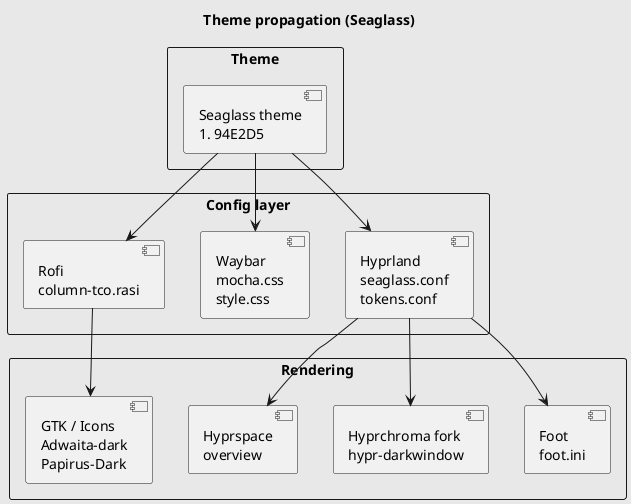
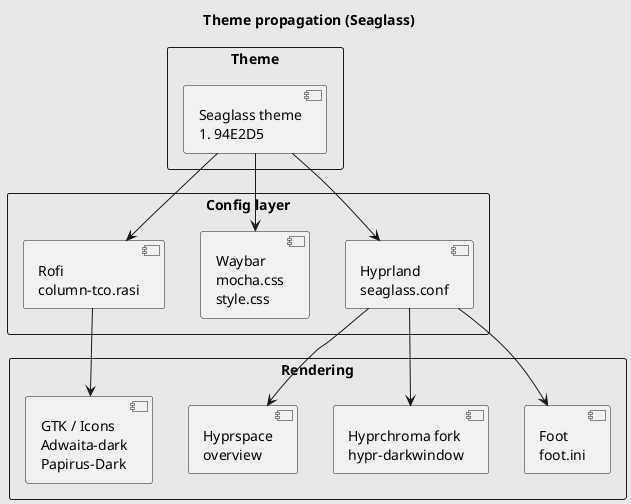
@startuml
title Theme propagation (Seaglass)

skinparam backgroundColor #E8E8E8

rectangle "Theme" {
  [Seaglass theme\n#94E2D5] as theme
}

rectangle "Config layer" {
-   [Hyprland\nseaglass.conf\ntokens.conf] as hypr
+   [Hyprland\nseaglass.conf] as hypr
  [Waybar\nmocha.css\nstyle.css] as waybar
  [Rofi\ncolumn-tco.rasi] as rofi
}

rectangle "Rendering" {
  [Foot\nfoot.ini] as foot
  [Hyprchroma fork\nhypr-darkwindow] as hyprchroma
  [Hyprspace\noverview] as hyprspace
  [GTK / Icons\nAdwaita-dark\nPapirus-Dark] as gtk
}

theme --> hypr
theme --> waybar
theme --> rofi
hypr --> foot
hypr --> hyprchroma
hypr --> hyprspace
rofi --> gtk

@enduml
